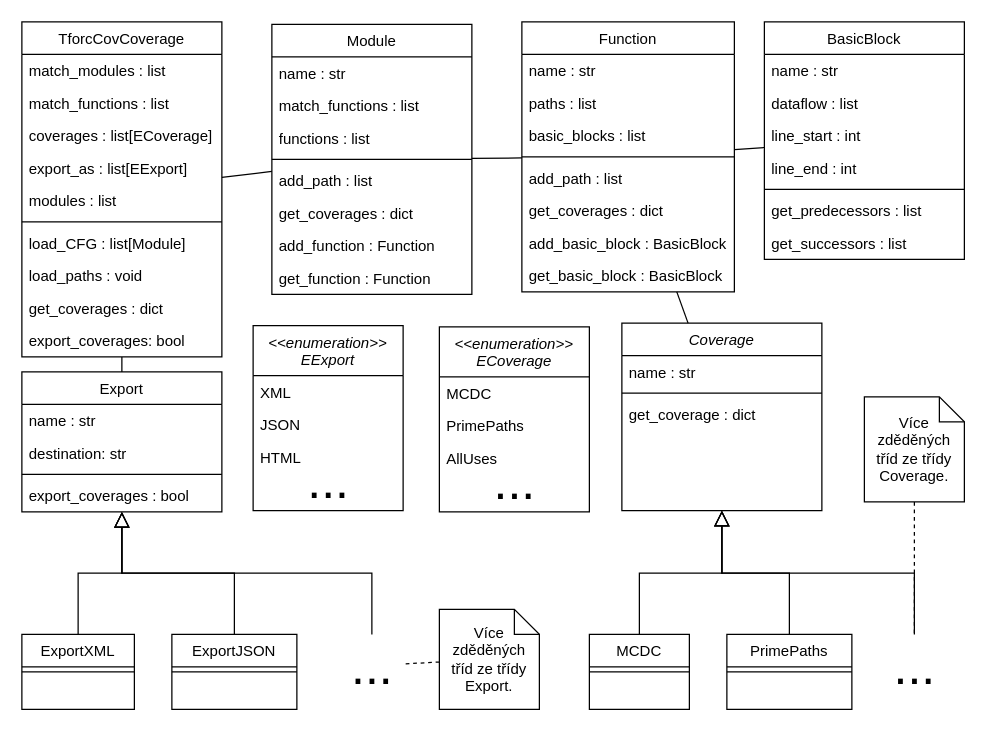
The draw.io diagram class_coverage.drawio in petkapou/DIP_diagrams, before the edit. Source tidied: cells renumbered, new cells numbered last; positions are measured from the earlier drawing's top-left corner, leaving out a move shared by most shapes. Both pictures are drawn from the tidied source at 125%, with x=0, y=0 at pixel (21, 21).
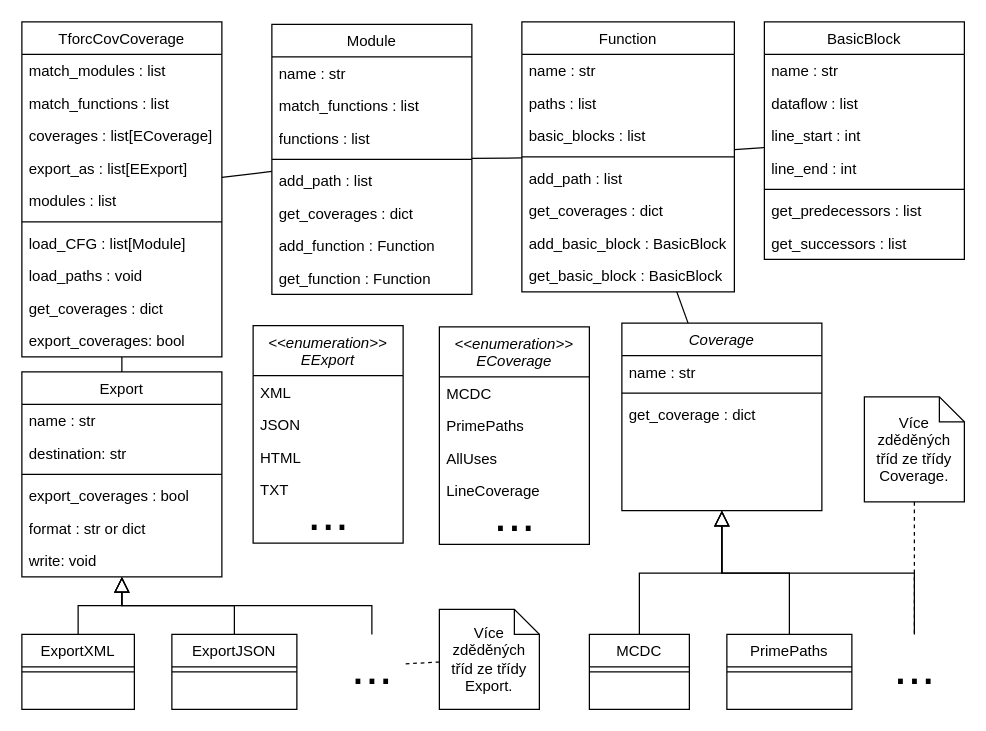
Above is the later version.

What changed in the source:
```diff
@@
     <mxCell id="49" value="Export" style="swimlane;fontStyle=0;align=center;verticalAlign=top;horizontal=1;startSize=26;rounded=0;shadow=0;strokeWidth=1;" parent="1" vertex="1">
-      <mxGeometry y="280" width="160" height="112" as="geometry" />
+      <mxGeometry y="280" width="160" height="164" as="geometry" />
     </mxCell>
@@
+    <mxCell id="83" value="format : str or dict" style="text;align=left;verticalAlign=top;spacingLeft=4;spacingRight=4;overflow=hidden;" parent="49" vertex="1">
+      <mxGeometry y="112" width="160" height="26" as="geometry" />
+    </mxCell>
+    <mxCell id="84" value="write: void" style="text;align=left;verticalAlign=top;spacingLeft=4;spacingRight=4;overflow=hidden;" parent="49" vertex="1">
+      <mxGeometry y="138" width="160" height="26" as="geometry" />
+    </mxCell>
@@
     <mxCell id="70" value="&lt;&lt;enumeration&gt;&gt;&#10;ECoverage" style="swimlane;fontStyle=2;align=center;verticalAlign=top;horizontal=1;startSize=40;rounded=0;shadow=0;strokeWidth=1;" parent="1" vertex="1">
-      <mxGeometry x="334" y="244" width="120" height="148" as="geometry" />
+      <mxGeometry x="334" y="244" width="120" height="174" as="geometry" />
     </mxCell>
@@
+    <mxCell id="85" value="LineCoverage" style="text;align=left;verticalAlign=top;spacingLeft=4;spacingRight=4;overflow=hidden;" parent="70" vertex="1">
+      <mxGeometry y="118" width="120" height="26" as="geometry" />
+    </mxCell>
     <mxCell id="74" value="..." style="text;html=1;align=center;verticalAlign=middle;fillColor=none;strokeColor=none;rounded=0;fontSize=40;spacingTop=-20;" parent="70" vertex="1">
-      <mxGeometry y="118" width="120" height="30" as="geometry" />
+      <mxGeometry y="144" width="120" height="30" as="geometry" />
     </mxCell>
     <mxCell id="75" value="&lt;&lt;enumeration&gt;&gt;&#10;EExport" style="swimlane;fontStyle=2;align=center;verticalAlign=top;horizontal=1;startSize=40;rounded=0;shadow=0;strokeWidth=1;" parent="1" vertex="1">
-      <mxGeometry x="185" y="243" width="120" height="148" as="geometry" />
+      <mxGeometry x="185" y="243" width="120" height="174" as="geometry" />
     </mxCell>
@@
+    <mxCell id="86" value="TXT" style="text;align=left;verticalAlign=top;spacingLeft=4;spacingRight=4;overflow=hidden;" parent="75" vertex="1">
+      <mxGeometry y="118" width="120" height="26" as="geometry" />
+    </mxCell>
     <mxCell id="79" value="..." style="text;html=1;align=center;verticalAlign=middle;fillColor=none;strokeColor=none;rounded=0;fontSize=40;spacingTop=-20;" parent="75" vertex="1">
-      <mxGeometry y="118" width="120" height="30" as="geometry" />
+      <mxGeometry y="144" width="120" height="30" as="geometry" />
     </mxCell>
```
